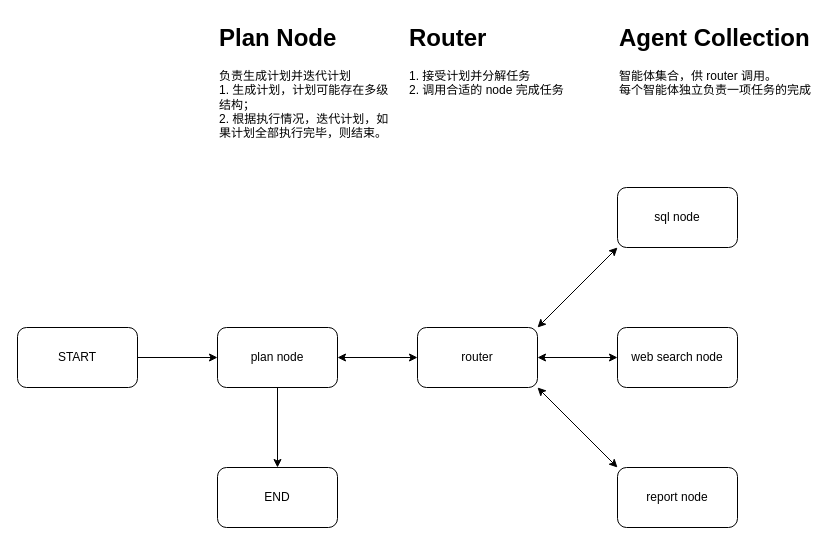
The draw.io diagram 报告智能体架构设计图.drawio in xv994/TakeAFreeShower, before the edit. Source tidied: cells renumbered, new cells numbered last; positions are measured from the earlier drawing's top-left corner, leaving out a move shared by most shapes. Both pictures are drawn from the tidied source at 100%, with x=0, y=0 at pixel (17, 17).
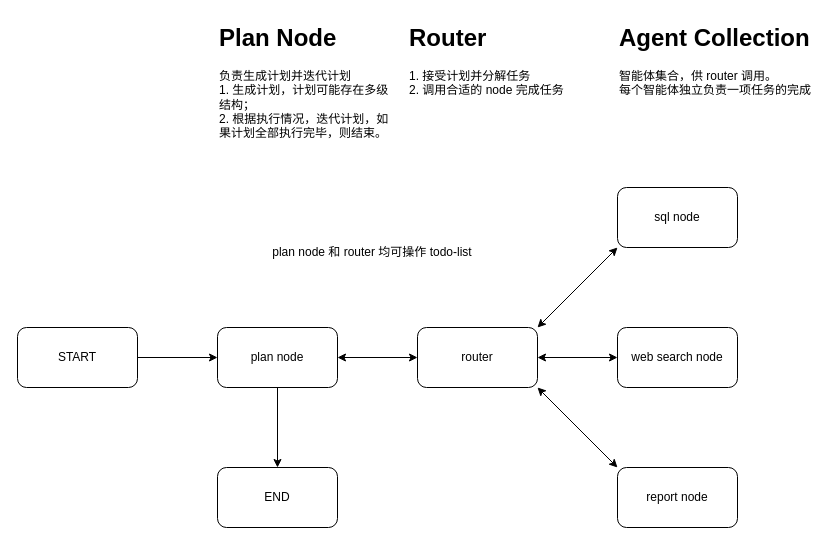
The same page after the edit.

Commit message:
更新报告智能体架构设计图.drawio

Diff of the diagram source:
```diff
@@
 <mxGraphModel>
   <root>
     <mxCell id="0" />
     <mxCell id="1" parent="0" />
     <mxCell id="2" style="edgeStyle=orthogonalEdgeStyle;rounded=0;jettySize=auto;html=1;" parent="1" edge="1" source="3" target="6">
       <mxGeometry relative="1" as="geometry" />
     </mxCell>
     <mxCell id="3" value="START" style="rounded=1;whiteSpace=wrap;html=1;" parent="1" vertex="1">
       <mxGeometry y="310" width="120" height="60" as="geometry" />
     </mxCell>
     <mxCell id="4" style="edgeStyle=orthogonalEdgeStyle;rounded=0;jettySize=auto;html=1;startArrow=classic;startFill=1;" parent="1" edge="1" source="6" target="10">
       <mxGeometry relative="1" as="geometry" />
     </mxCell>
     <mxCell id="5" style="edgeStyle=orthogonalEdgeStyle;rounded=0;jettySize=auto;html=1;" parent="1" edge="1" source="6" target="14">
       <mxGeometry relative="1" as="geometry" />
     </mxCell>
     <mxCell id="6" value="plan node" style="whiteSpace=wrap;html=1;rounded=1;" parent="1" vertex="1">
       <mxGeometry x="200" y="310" width="120" height="60" as="geometry" />
     </mxCell>
     <mxCell id="7" style="edgeStyle=orthogonalEdgeStyle;rounded=0;jettySize=auto;html=1;startArrow=classic;startFill=1;" parent="1" edge="1" source="10" target="11">
       <mxGeometry relative="1" as="geometry" />
     </mxCell>
     <mxCell id="8" style="rounded=0;jettySize=auto;html=1;exitX=1;exitY=0;exitDx=0;exitDy=0;entryX=0;entryY=1;entryDx=0;entryDy=0;startArrow=classic;startFill=1;" parent="1" edge="1" source="10" target="12">
       <mxGeometry relative="1" as="geometry" />
     </mxCell>
     <mxCell id="9" style="rounded=0;jettySize=auto;html=1;exitX=1;exitY=1;exitDx=0;exitDy=0;entryX=0;entryY=0;entryDx=0;entryDy=0;startArrow=classic;startFill=1;" parent="1" edge="1" source="10" target="13">
       <mxGeometry relative="1" as="geometry" />
     </mxCell>
     <mxCell id="10" value="router" style="whiteSpace=wrap;html=1;rounded=1;" parent="1" vertex="1">
       <mxGeometry x="400" y="310" width="120" height="60" as="geometry" />
     </mxCell>
     <mxCell id="11" value="web search node" style="whiteSpace=wrap;html=1;rounded=1;" parent="1" vertex="1">
       <mxGeometry x="600" y="310" width="120" height="60" as="geometry" />
     </mxCell>
     <mxCell id="12" value="sql node" style="whiteSpace=wrap;html=1;rounded=1;" parent="1" vertex="1">
       <mxGeometry x="600" y="170" width="120" height="60" as="geometry" />
     </mxCell>
     <mxCell id="13" value="report node" style="whiteSpace=wrap;html=1;rounded=1;" parent="1" vertex="1">
       <mxGeometry x="600" y="450" width="120" height="60" as="geometry" />
     </mxCell>
     <mxCell id="14" value="END" style="whiteSpace=wrap;html=1;rounded=1;" parent="1" vertex="1">
       <mxGeometry x="200" y="450" width="120" height="60" as="geometry" />
     </mxCell>
     <mxCell id="15" value="&lt;h1 style=&quot;margin-top: 0px;&quot;&gt;Plan Node&lt;/h1&gt;&lt;div&gt;负责生成计划并迭代计划&lt;/div&gt;&lt;div&gt;1. 生成计划，计划可能存在多级结构；&lt;/div&gt;&lt;div&gt;2. 根据执行情况，迭代计划，如果计划全部执行完毕，则结束。&lt;/div&gt;" style="text;html=1;whiteSpace=wrap;overflow=hidden;rounded=0;" parent="1" vertex="1">
       <mxGeometry x="200" width="180" height="120" as="geometry" />
     </mxCell>
     <mxCell id="16" value="&lt;h1 style=&quot;margin-top: 0px;&quot;&gt;Router&lt;/h1&gt;&lt;div&gt;1. 接受计划并分解任务&lt;/div&gt;&lt;div&gt;2. 调用合适的 node 完成任务&lt;/div&gt;" style="text;html=1;whiteSpace=wrap;overflow=hidden;rounded=0;" parent="1" vertex="1">
       <mxGeometry x="390" width="180" height="120" as="geometry" />
     </mxCell>
     <mxCell id="17" value="&lt;h1 style=&quot;margin-top: 0px;&quot;&gt;Agent Collection&lt;/h1&gt;&lt;div&gt;智能体集合，供 router 调用。&lt;/div&gt;&lt;div&gt;每个智能体独立负责一项任务的完成&lt;/div&gt;" style="text;html=1;whiteSpace=wrap;overflow=hidden;rounded=0;" parent="1" vertex="1">
       <mxGeometry x="600" width="200" height="120" as="geometry" />
     </mxCell>
+    <mxCell id="18" value="plan node 和 router 均可操作 todo-list" style="text;html=1;align=center;verticalAlign=middle;whiteSpace=wrap;rounded=0;" parent="1" vertex="1">
+      <mxGeometry x="230" y="220" width="250" height="30" as="geometry" />
+    </mxCell>
   </root>
 </mxGraphModel>
```
